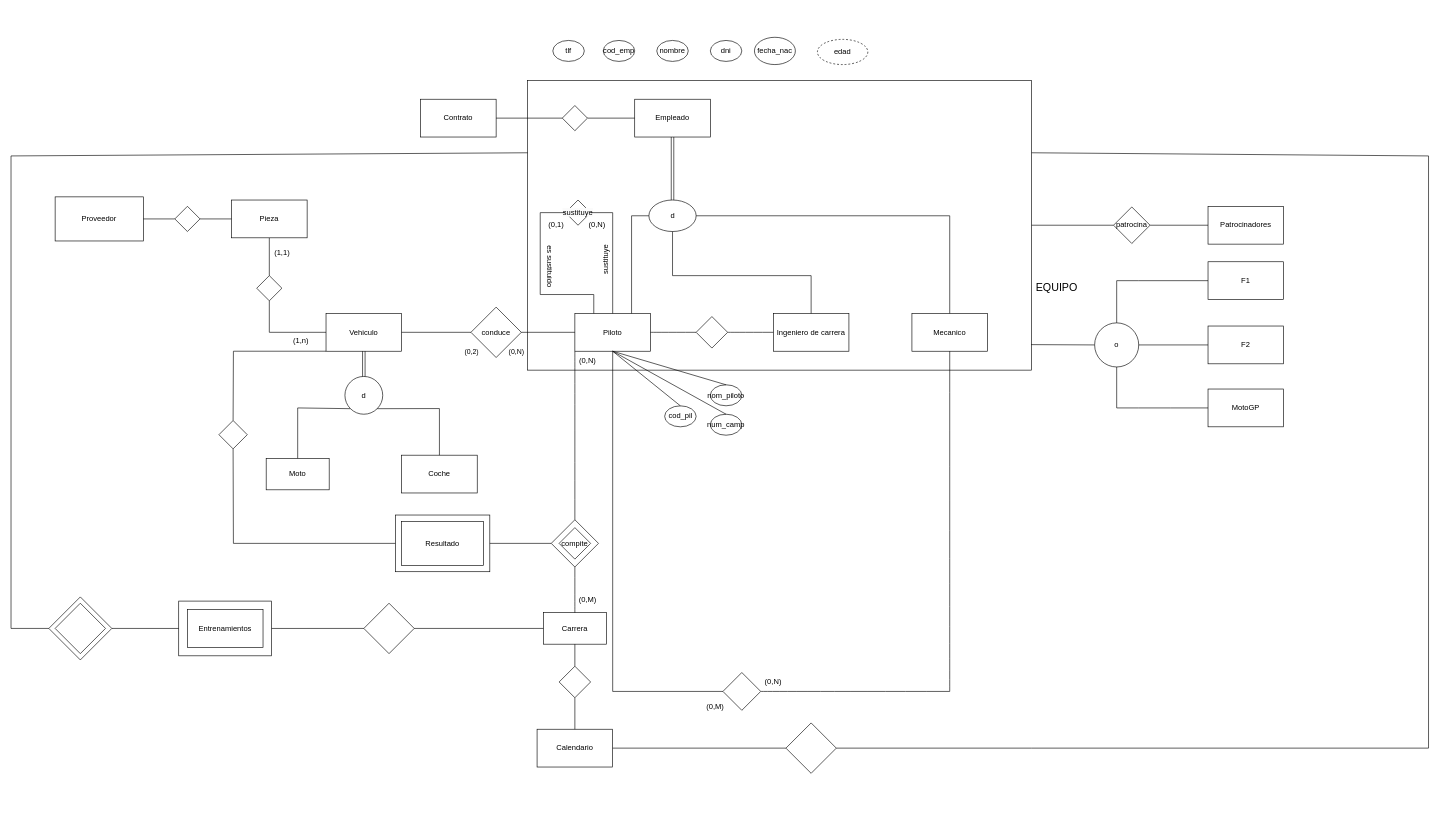
Earlier version of the draw.io diagram Diagrama sin título.drawio (INKO3/BBDD_Escuderia). Source tidied: cells renumbered, new cells numbered last; positions are measured from the earlier drawing's top-left corner, leaving out a move shared by most shapes. Both pictures are drawn from the tidied source at 63%, with x=0, y=0 at pixel (11, 37).
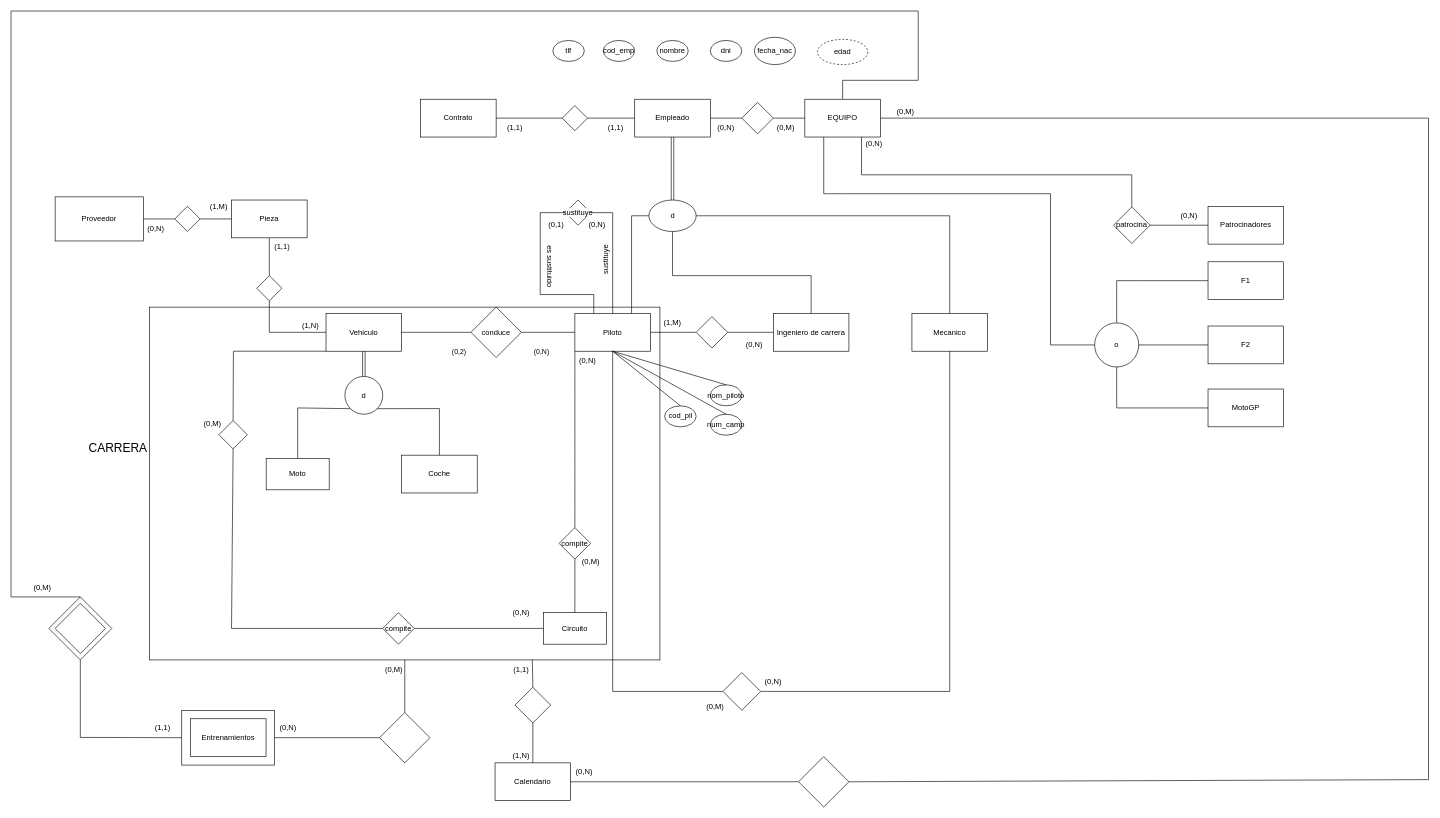
The same diagram, later.

The change refers to these unchanged cells:
```xml
<mxCell id="3" value="Empleado" style="rounded=0;whiteSpace=wrap;html=1;" parent="1" vertex="1">
  <mxGeometry x="990" y="98" width="120" height="60" as="geometry" />
</mxCell>
<mxCell id="12" value="Piloto" style="rounded=0;whiteSpace=wrap;html=1;" parent="1" vertex="1">
  <mxGeometry x="895" y="438" width="120" height="60" as="geometry" />
</mxCell>
<mxCell id="14" style="endArrow=none;html=1;rounded=0;exitX=1;exitY=0.5;exitDx=0;exitDy=0;entryX=0;entryY=0.5;entryDx=0;entryDy=0;" parent="1" edge="1" source="13" target="16">
  <mxGeometry relative="1" as="geometry" />
</mxCell>
<mxCell id="17" style="endArrow=none;html=1;rounded=0;entryX=0;entryY=0.5;entryDx=0;entryDy=0;exitX=1;exitY=0.5;exitDx=0;exitDy=0;" parent="1" edge="1" source="16" target="12">
  <mxGeometry relative="1" as="geometry" />
</mxCell>
<mxCell id="37" value="compite" style="rhombus;whiteSpace=wrap;html=1;" parent="1" vertex="1">
  <mxGeometry x="870" y="778" width="50" height="50" as="geometry" />
</mxCell>
<mxCell id="71" value="patrocina" style="rhombus;whiteSpace=wrap;html=1;" parent="1" vertex="1">
  <mxGeometry x="1750" y="269" width="58" height="58" as="geometry" />
</mxCell>
<mxCell id="75" value="o" style="ellipse;whiteSpace=wrap;html=1;" parent="1" vertex="1">
  <mxGeometry x="1720" y="453" width="70" height="70" as="geometry" />
</mxCell>
<mxCell id="99" style="rhombus;whiteSpace=wrap;html=1;" parent="1" vertex="1">
  <mxGeometry x="330" y="608" width="45" height="45" as="geometry" />
</mxCell>
<mxCell id="102" style="rhombus;whiteSpace=wrap;html=1;fillColor=none;" parent="1" vertex="1">
  <mxGeometry x="60" y="888" width="100" height="100" as="geometry" />
</mxCell>
```

Change to the diagram source:
```diff
@@
-    <mxCell id="2" style="rounded=0;whiteSpace=wrap;html=1;fillColor=none;" parent="1" vertex="1">
-      <mxGeometry x="820" y="68" width="800" height="460" as="geometry" />
-    </mxCell>
+    <mxCell id="109" style="rounded=0;whiteSpace=wrap;html=1;fillColor=none;" parent="1" vertex="1">
+      <mxGeometry x="220" y="428" width="810" height="560" as="geometry" />
+    </mxCell>
@@
     <mxCell id="15" value="(0,2)" style="edgeLabel;html=1;align=center;verticalAlign=middle;" parent="14" vertex="1">
       <mxGeometry y="-6" relative="1" as="geometry">
-        <mxPoint x="55" y="24" as="offset" />
+        <mxPoint x="35" y="24" as="offset" />
       </mxGeometry>
     </mxCell>
@@
     <mxCell id="18" value="(0,N)" style="edgeLabel;html=1;align=center;verticalAlign=middle;" parent="17" vertex="1">
       <mxGeometry y="-6" relative="1" as="geometry">
-        <mxPoint x="-52" y="24" as="offset" />
+        <mxPoint x="-12" y="24" as="offset" />
       </mxGeometry>
     </mxCell>
@@
-    <mxCell id="33" value="(1,n)" style="text;html=1;align=center;verticalAlign=middle;strokeColor=none;fillColor=none;" parent="1" vertex="1">
-      <mxGeometry x="435" y="466" width="50" height="30" as="geometry" />
+    <mxCell id="33" value="(1,N)" style="text;html=1;align=center;verticalAlign=middle;strokeColor=none;fillColor=none;" parent="1" vertex="1">
+      <mxGeometry x="450" y="443" width="50" height="30" as="geometry" />
     </mxCell>
     <mxCell id="34" value="(1,1)" style="text;html=1;align=center;verticalAlign=middle;strokeColor=none;fillColor=none;" parent="1" vertex="1">
-      <mxGeometry x="405" y="326" width="50" height="30" as="geometry" />
+      <mxGeometry x="404.8" y="318" width="50" height="30" as="geometry" />
     </mxCell>
-    <mxCell id="35" value="Carrera" style="rounded=0;whiteSpace=wrap;html=1;" parent="1" vertex="1">
+    <mxCell id="35" value="Circuito" style="rounded=0;whiteSpace=wrap;html=1;" parent="1" vertex="1">
       <mxGeometry x="845" y="913" width="100" height="50" as="geometry" />
     </mxCell>
-    <mxCell id="36" style="endArrow=none;html=1;rounded=0;fontSize=12;startSize=8;endSize=8;curved=1;entryX=0.5;entryY=1;entryDx=0;entryDy=0;exitX=0.5;exitY=0;exitDx=0;exitDy=0;" parent="1" edge="1" source="35" target="98">
+    <mxCell id="36" style="endArrow=none;html=1;rounded=0;fontSize=12;startSize=8;endSize=8;curved=1;entryX=0.5;entryY=1;entryDx=0;entryDy=0;exitX=0.5;exitY=0;exitDx=0;exitDy=0;" parent="1" edge="1" source="35" target="37">
       <mxGeometry relative="1" as="geometry" />
     </mxCell>
@@
-    <mxCell id="38" style="endArrow=none;html=1;rounded=0;fontSize=12;startSize=8;endSize=8;curved=1;exitX=0;exitY=1;exitDx=0;exitDy=0;entryX=0.5;entryY=0;entryDx=0;entryDy=0;" parent="1" edge="1" source="12" target="98">
+    <mxCell id="38" style="endArrow=none;html=1;rounded=0;fontSize=12;startSize=8;endSize=8;curved=1;exitX=0;exitY=1;exitDx=0;exitDy=0;entryX=0.5;entryY=0;entryDx=0;entryDy=0;" parent="1" edge="1" source="12" target="37">
       <mxGeometry relative="1" as="geometry" />
     </mxCell>
     <mxCell id="39" value="(0,M)" style="text;html=1;align=center;verticalAlign=middle;strokeColor=none;fillColor=none;" parent="1" vertex="1">
-      <mxGeometry x="890" y="878" width="50" height="30" as="geometry" />
+      <mxGeometry x="895" y="818" width="50" height="30" as="geometry" />
     </mxCell>
@@
     <mxCell id="62" value="Entrenamientos" style="rounded=0;whiteSpace=wrap;html=1;" parent="1" vertex="1">
-      <mxGeometry x="280" y="908" width="120" height="60" as="geometry" />
+      <mxGeometry x="284.8" y="1081.4" width="120" height="60" as="geometry" />
     </mxCell>
@@
     <mxCell id="64" value="Calendario" style="rounded=0;whiteSpace=wrap;html=1;" parent="1" vertex="1">
-      <mxGeometry x="835" y="1098" width="120" height="60" as="geometry" />
+      <mxGeometry x="768.3" y="1151.4" width="120" height="60" as="geometry" />
     </mxCell>
-    <mxCell id="65" style="edgeStyle=orthogonalEdgeStyle;rounded=0;orthogonalLoop=1;jettySize=auto;html=1;exitX=0.5;exitY=1;exitDx=0;exitDy=0;" parent="1" edge="1" source="2" target="2">
-      <mxGeometry relative="1" as="geometry" />
+    <mxCell id="65" style="edgeStyle=orthogonalEdgeStyle;rounded=0;orthogonalLoop=1;jettySize=auto;html=1;exitX=0.5;exitY=1;exitDx=0;exitDy=0;" parent="1" edge="1">
+      <mxGeometry relative="1" as="geometry">
+        <mxPoint x="1220" y="528" as="sourcePoint" />
+        <mxPoint x="1220" y="528" as="targetPoint" />
+      </mxGeometry>
     </mxCell>
@@
-    <mxCell id="69" value="&lt;font style=&quot;font-size: 17px;&quot;&gt;EQUIPO&lt;/font&gt;" style="text;html=1;align=center;verticalAlign=middle;whiteSpace=wrap;rounded=0;" parent="1" vertex="1">
-      <mxGeometry x="1610" y="363" width="100" height="70" as="geometry" />
-    </mxCell>
-    <mxCell id="70" style="endArrow=none;html=1;rounded=0;exitX=0;exitY=0.5;exitDx=0;exitDy=0;entryX=1;entryY=0.5;entryDx=0;entryDy=0;" parent="1" edge="1" source="71" target="2">
-      <mxGeometry relative="1" as="geometry" />
+    <mxCell id="70" style="endArrow=none;html=1;rounded=0;exitX=0.5;exitY=0;exitDx=0;exitDy=0;entryX=0.75;entryY=1;entryDx=0;entryDy=0;" parent="1" edge="1" source="71" target="69">
+      <mxGeometry relative="1" as="geometry">
+        <Array as="points">
+          <mxPoint x="1779" y="218" />
+          <mxPoint x="1350" y="218" />
+        </Array>
+      </mxGeometry>
     </mxCell>
@@
-    <mxCell id="74" style="endArrow=none;html=1;rounded=0;exitX=0.999;exitY=0.912;exitDx=0;exitDy=0;exitPerimeter=0;" parent="1" edge="1" source="2" target="75">
-      <mxGeometry relative="1" as="geometry" />
+    <mxCell id="74" style="endArrow=none;html=1;rounded=0;exitX=0.25;exitY=1;exitDx=0;exitDy=0;" parent="1" edge="1" source="69" target="75">
+      <mxGeometry relative="1" as="geometry">
+        <Array as="points">
+          <mxPoint x="1290" y="248" />
+          <mxPoint x="1320" y="248" />
+          <mxPoint x="1650" y="248" />
+          <mxPoint x="1650" y="488" />
+        </Array>
+      </mxGeometry>
     </mxCell>
@@
-    <mxCell id="88" style="rounded=0;whiteSpace=wrap;html=1;" parent="1" vertex="1">
-      <mxGeometry x="610" y="758" width="150" height="90" as="geometry" />
-    </mxCell>
-    <mxCell id="89" value="Resultado" style="rounded=0;whiteSpace=wrap;html=1;fillColor=none;" parent="1" vertex="1">
-      <mxGeometry x="620" y="768" width="130" height="70" as="geometry" />
-    </mxCell>
@@
-    <mxCell id="91" style="endArrow=none;html=1;rounded=0;exitX=1;exitY=0.5;exitDx=0;exitDy=0;entryX=0;entryY=0.5;entryDx=0;entryDy=0;" parent="1" edge="1" source="88" target="98">
-      <mxGeometry relative="1" as="geometry" />
-    </mxCell>
-    <mxCell id="92" style="endArrow=none;html=1;rounded=0;exitX=0;exitY=0.25;exitDx=0;exitDy=0;entryX=0;entryY=0.5;entryDx=0;entryDy=0;" parent="1" edge="1" source="2" target="102">
+    <mxCell id="92" style="endArrow=none;html=1;rounded=0;exitX=0.5;exitY=0;exitDx=0;exitDy=0;entryX=0.5;entryY=0;entryDx=0;entryDy=0;" parent="1" edge="1" source="69" target="102">
       <mxGeometry relative="1" as="geometry">
         <Array as="points">
+          <mxPoint x="1320" y="68" />
+          <mxPoint x="1440" y="68" />
+          <mxPoint x="1440" y="-42" />
+          <mxPoint y="-42" />
           <mxPoint y="188" />
-          <mxPoint y="938" />
+          <mxPoint y="888" />
         </Array>
       </mxGeometry>
     </mxCell>
@@
-    <mxCell id="94" style="endArrow=none;html=1;rounded=0;exitX=1;exitY=0.5;exitDx=0;exitDy=0;entryX=0;entryY=0.5;entryDx=0;entryDy=0;" parent="1" edge="1" source="102" target="101">
-      <mxGeometry relative="1" as="geometry" />
+    <mxCell id="94" style="endArrow=none;html=1;rounded=0;exitX=0.5;exitY=1;exitDx=0;exitDy=0;entryX=0;entryY=0.5;entryDx=0;entryDy=0;" parent="1" edge="1" source="102" target="101">
+      <mxGeometry relative="1" as="geometry">
+        <Array as="points">
+          <mxPoint x="110" y="1111" />
+        </Array>
+      </mxGeometry>
     </mxCell>
@@
     <mxCell id="96" style="rhombus;whiteSpace=wrap;html=1;" parent="1" vertex="1">
-      <mxGeometry x="560" y="898" width="80" height="80" as="geometry" />
+      <mxGeometry x="585" y="1071.4" width="80" height="80" as="geometry" />
     </mxCell>
-    <mxCell id="97" style="endArrow=none;html=1;rounded=0;exitX=1;exitY=0.5;exitDx=0;exitDy=0;entryX=0;entryY=0.5;entryDx=0;entryDy=0;" parent="1" edge="1" source="96" target="35">
+    <mxCell id="97" style="endArrow=none;html=1;rounded=0;exitX=0.5;exitY=0;exitDx=0;exitDy=0;entryX=0.5;entryY=1;entryDx=0;entryDy=0;" parent="1" edge="1" source="96" target="109">
       <mxGeometry relative="1" as="geometry" />
     </mxCell>
-    <mxCell id="98" style="rhombus;whiteSpace=wrap;html=1;fillColor=none;" parent="1" vertex="1">
-      <mxGeometry x="857.5" y="765.5" width="75" height="75" as="geometry" />
-    </mxCell>
@@
-    <mxCell id="100" style="endArrow=none;html=1;rounded=0;exitX=0.5;exitY=1;exitDx=0;exitDy=0;entryX=0;entryY=0.5;entryDx=0;entryDy=0;" parent="1" edge="1" source="99" target="88">
+    <mxCell id="100" style="endArrow=none;html=1;rounded=0;exitX=0.5;exitY=1;exitDx=0;exitDy=0;entryX=0;entryY=0.5;entryDx=0;entryDy=0;" parent="1" edge="1" source="99" target="128">
       <mxGeometry relative="1" as="geometry">
         <Array as="points">
-          <mxPoint x="353" y="803" />
+          <mxPoint x="350" y="938" />
         </Array>
       </mxGeometry>
     </mxCell>
     <mxCell id="101" style="rounded=0;whiteSpace=wrap;html=1;fillColor=none;" parent="1" vertex="1">
-      <mxGeometry x="266.2" y="894.6" width="147.5" height="86.9" as="geometry" />
+      <mxGeometry x="271" y="1068" width="147.5" height="86.9" as="geometry" />
     </mxCell>
@@
     <mxCell id="103" style="rhombus;whiteSpace=wrap;html=1;" parent="1" vertex="1">
-      <mxGeometry x="870" y="998" width="50" height="50" as="geometry" />
+      <mxGeometry x="800" y="1031.4" width="56.6" height="56.6" as="geometry" />
     </mxCell>
     <mxCell id="104" style="rhombus;whiteSpace=wrap;html=1;" parent="1" vertex="1">
-      <mxGeometry x="1230" y="1088" width="80" height="80" as="geometry" />
+      <mxGeometry x="1250" y="1141.4" width="80" height="80" as="geometry" />
     </mxCell>
-    <mxCell id="105" style="endArrow=none;html=1;rounded=0;entryX=0.5;entryY=0;entryDx=0;entryDy=0;exitX=0.5;exitY=1;exitDx=0;exitDy=0;" parent="1" edge="1" source="35" target="103">
-      <mxGeometry relative="1" as="geometry" />
-    </mxCell>
@@
-    <mxCell id="108" style="endArrow=none;html=1;rounded=0;exitX=1;exitY=0.5;exitDx=0;exitDy=0;entryX=1;entryY=0.25;entryDx=0;entryDy=0;" parent="1" edge="1" source="104" target="2">
+    <mxCell id="108" style="endArrow=none;html=1;rounded=0;exitX=1;exitY=0.5;exitDx=0;exitDy=0;entryX=1;entryY=0.5;entryDx=0;entryDy=0;" parent="1" edge="1" source="104" target="69">
       <mxGeometry relative="1" as="geometry">
         <Array as="points">
-          <mxPoint x="1620" y="1128" />
-          <mxPoint x="2250" y="1128" />
-          <mxPoint x="2250" y="188" />
+          <mxPoint x="2250" y="1178" />
+          <mxPoint x="2250" y="128" />
         </Array>
       </mxGeometry>
     </mxCell>
+    <mxCell id="69" value="EQUIPO" style="rounded=0;whiteSpace=wrap;html=1;" parent="1" vertex="1">
+      <mxGeometry x="1260" y="98" width="120" height="60" as="geometry" />
+    </mxCell>
+    <mxCell id="110" style="endArrow=none;html=1;rounded=0;exitX=1;exitY=0.5;exitDx=0;exitDy=0;" parent="1" edge="1" source="3" target="111">
+      <mxGeometry relative="1" as="geometry" />
+    </mxCell>
+    <mxCell id="111" style="rhombus;whiteSpace=wrap;html=1;" parent="1" vertex="1">
+      <mxGeometry x="1160" y="103" width="50" height="50" as="geometry" />
+    </mxCell>
+    <mxCell id="112" style="endArrow=none;html=1;rounded=0;exitX=1;exitY=0.5;exitDx=0;exitDy=0;entryX=0;entryY=0.5;entryDx=0;entryDy=0;" parent="1" edge="1" source="111" target="69">
+      <mxGeometry relative="1" as="geometry" />
+    </mxCell>
+    <mxCell id="113" value="&lt;font style=&quot;font-size: 19px;&quot;&gt;CARRERA&lt;/font&gt;" style="text;html=1;align=center;verticalAlign=middle;whiteSpace=wrap;rounded=0;" parent="1" vertex="1">
+      <mxGeometry x="140" y="638" width="60" height="30" as="geometry" />
+    </mxCell>
+    <mxCell id="114" style="endArrow=none;html=1;rounded=0;exitX=0.5;exitY=0;exitDx=0;exitDy=0;entryX=0.75;entryY=1;entryDx=0;entryDy=0;" parent="1" edge="1" source="103" target="109">
+      <mxGeometry relative="1" as="geometry" />
+    </mxCell>
+    <mxCell id="115" value="(1,1)" style="text;html=1;align=center;verticalAlign=middle;whiteSpace=wrap;rounded=0;" parent="1" vertex="1">
+      <mxGeometry x="770" y="128" width="60" height="30" as="geometry" />
+    </mxCell>
+    <mxCell id="116" value="(1,1)" style="text;html=1;align=center;verticalAlign=middle;whiteSpace=wrap;rounded=0;" parent="1" vertex="1">
+      <mxGeometry x="930" y="128" width="60" height="30" as="geometry" />
+    </mxCell>
+    <mxCell id="117" value="(0,N)" style="text;html=1;align=center;verticalAlign=middle;whiteSpace=wrap;rounded=0;" parent="1" vertex="1">
+      <mxGeometry x="1105" y="128" width="60" height="30" as="geometry" />
+    </mxCell>
+    <mxCell id="118" value="(0,M)" style="text;html=1;align=center;verticalAlign=middle;whiteSpace=wrap;rounded=0;" parent="1" vertex="1">
+      <mxGeometry x="1200" y="128" width="60" height="30" as="geometry" />
+    </mxCell>
+    <mxCell id="119" value="(0,N)" style="text;html=1;align=center;verticalAlign=middle;whiteSpace=wrap;rounded=0;" parent="1" vertex="1">
+      <mxGeometry x="1340" y="153" width="60" height="30" as="geometry" />
+    </mxCell>
+    <mxCell id="120" value="(0,N)" style="text;html=1;align=center;verticalAlign=middle;whiteSpace=wrap;rounded=0;" parent="1" vertex="1">
+      <mxGeometry x="1840" y="268" width="60" height="30" as="geometry" />
+    </mxCell>
+    <mxCell id="121" value="(0,N)" style="text;html=1;align=center;verticalAlign=middle;whiteSpace=wrap;rounded=0;" parent="1" vertex="1">
+      <mxGeometry x="1150" y="473" width="60" height="30" as="geometry" />
+    </mxCell>
+    <mxCell id="122" value="(1,M)" style="text;html=1;align=center;verticalAlign=middle;whiteSpace=wrap;rounded=0;" parent="1" vertex="1">
+      <mxGeometry x="1020" y="438" width="60" height="30" as="geometry" />
+    </mxCell>
+    <mxCell id="123" value="(1,N)" style="text;html=1;align=center;verticalAlign=middle;whiteSpace=wrap;rounded=0;" parent="1" vertex="1">
+      <mxGeometry x="780" y="1124.9" width="60" height="30" as="geometry" />
+    </mxCell>
+    <mxCell id="124" value="(1,1)" style="text;html=1;align=center;verticalAlign=middle;whiteSpace=wrap;rounded=0;" parent="1" vertex="1">
+      <mxGeometry x="780" y="988" width="60" height="30" as="geometry" />
+    </mxCell>
+    <mxCell id="125" value="(0,N)" style="text;html=1;align=center;verticalAlign=middle;whiteSpace=wrap;rounded=0;" parent="1" vertex="1">
+      <mxGeometry x="410" y="1081.4" width="60" height="30" as="geometry" />
+    </mxCell>
+    <mxCell id="126" value="(0,M)" style="text;html=1;align=center;verticalAlign=middle;whiteSpace=wrap;rounded=0;" parent="1" vertex="1">
+      <mxGeometry x="578" y="988" width="60" height="30" as="geometry" />
+    </mxCell>
+    <mxCell id="127" value="(0,M)" style="text;html=1;align=center;verticalAlign=middle;whiteSpace=wrap;rounded=0;" parent="1" vertex="1">
+      <mxGeometry x="290" y="598" width="60" height="30" as="geometry" />
+    </mxCell>
+    <mxCell id="128" value="compite" style="rhombus;whiteSpace=wrap;html=1;" parent="1" vertex="1">
+      <mxGeometry x="590" y="913" width="50" height="50" as="geometry" />
+    </mxCell>
+    <mxCell id="129" style="endArrow=none;html=1;rounded=0;exitX=1;exitY=0.5;exitDx=0;exitDy=0;entryX=0;entryY=0.5;entryDx=0;entryDy=0;" parent="1" edge="1" source="128" target="35">
+      <mxGeometry relative="1" as="geometry" />
+    </mxCell>
+    <mxCell id="130" value="(0,N)" style="text;html=1;align=center;verticalAlign=middle;whiteSpace=wrap;rounded=0;" parent="1" vertex="1">
+      <mxGeometry x="780" y="898" width="60" height="30" as="geometry" />
+    </mxCell>
+    <mxCell id="131" value="(1,M)" style="text;html=1;align=center;verticalAlign=middle;whiteSpace=wrap;rounded=0;" parent="1" vertex="1">
+      <mxGeometry x="300" y="253" width="60" height="30" as="geometry" />
+    </mxCell>
+    <mxCell id="132" value="(0,N)" style="text;html=1;align=center;verticalAlign=middle;whiteSpace=wrap;rounded=0;" parent="1" vertex="1">
+      <mxGeometry x="200" y="288" width="60" height="30" as="geometry" />
+    </mxCell>
+    <mxCell id="133" value="(0,N)" style="text;html=1;align=center;verticalAlign=middle;whiteSpace=wrap;rounded=0;" parent="1" vertex="1">
+      <mxGeometry x="880" y="1151.4" width="60" height="30" as="geometry" />
+    </mxCell>
+    <mxCell id="134" value="(0,M)" style="text;html=1;align=center;verticalAlign=middle;whiteSpace=wrap;rounded=0;" parent="1" vertex="1">
+      <mxGeometry x="1390" y="103" width="60" height="30" as="geometry" />
+    </mxCell>
+    <mxCell id="135" value="(1,1)" style="text;html=1;align=center;verticalAlign=middle;whiteSpace=wrap;rounded=0;" parent="1" vertex="1">
+      <mxGeometry x="211" y="1081.4" width="60" height="30" as="geometry" />
+    </mxCell>
+    <mxCell id="136" value="(0,M)" style="text;html=1;align=center;verticalAlign=middle;whiteSpace=wrap;rounded=0;" parent="1" vertex="1">
+      <mxGeometry x="20" y="858" width="60" height="30" as="geometry" />
+    </mxCell>
```
